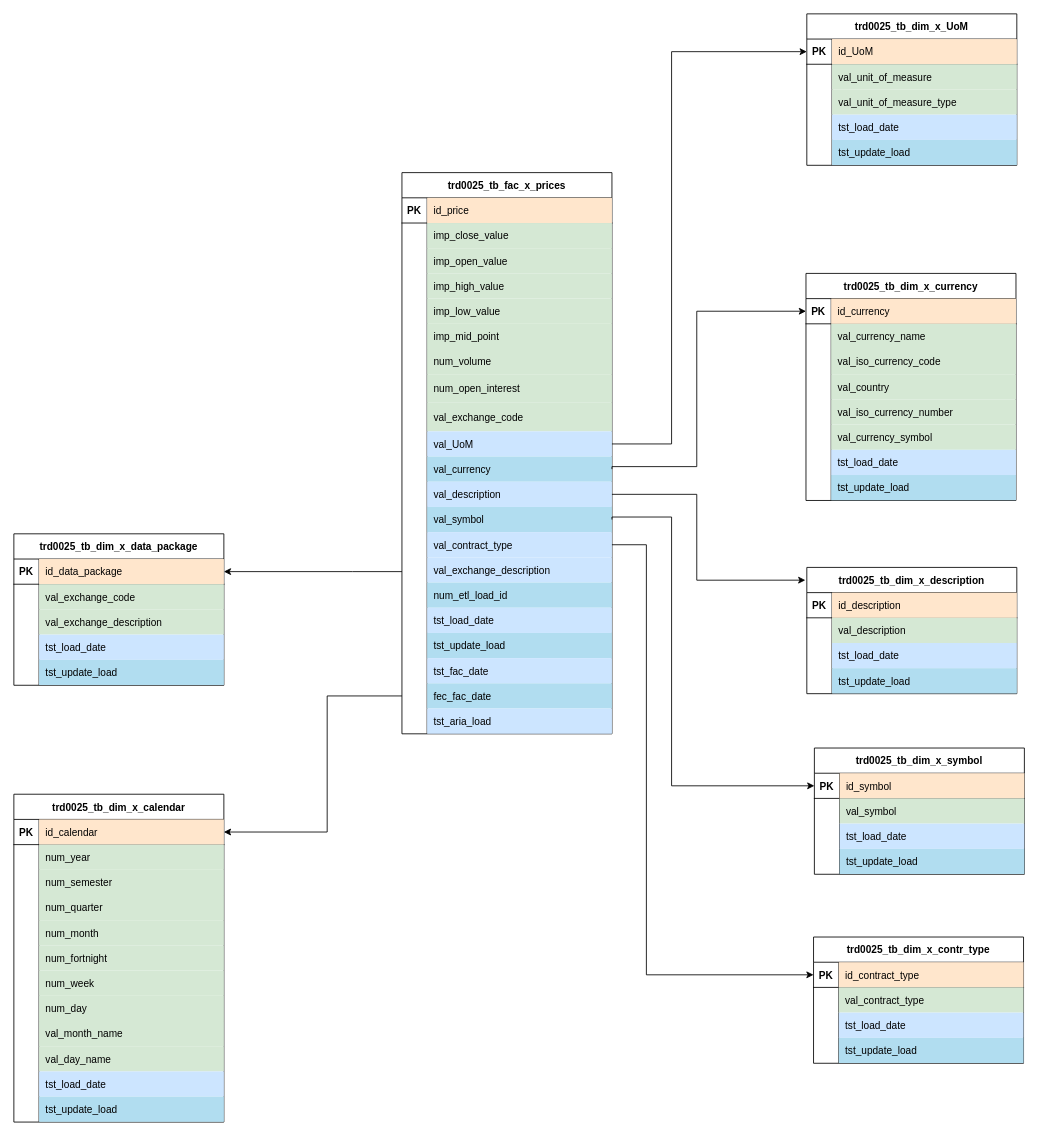
robertoOlmedo/TDDPublic keeps this draw.io diagram as ModeloDatosMiniPoc.drawio. Above is the earlier version. Source tidied: cells renumbered, new cells numbered last; positions are measured from the earlier drawing's top-left corner, leaving out a move shared by most shapes. Both pictures are drawn from the tidied source at 84%, with x=0, y=0 at pixel (13, 13).
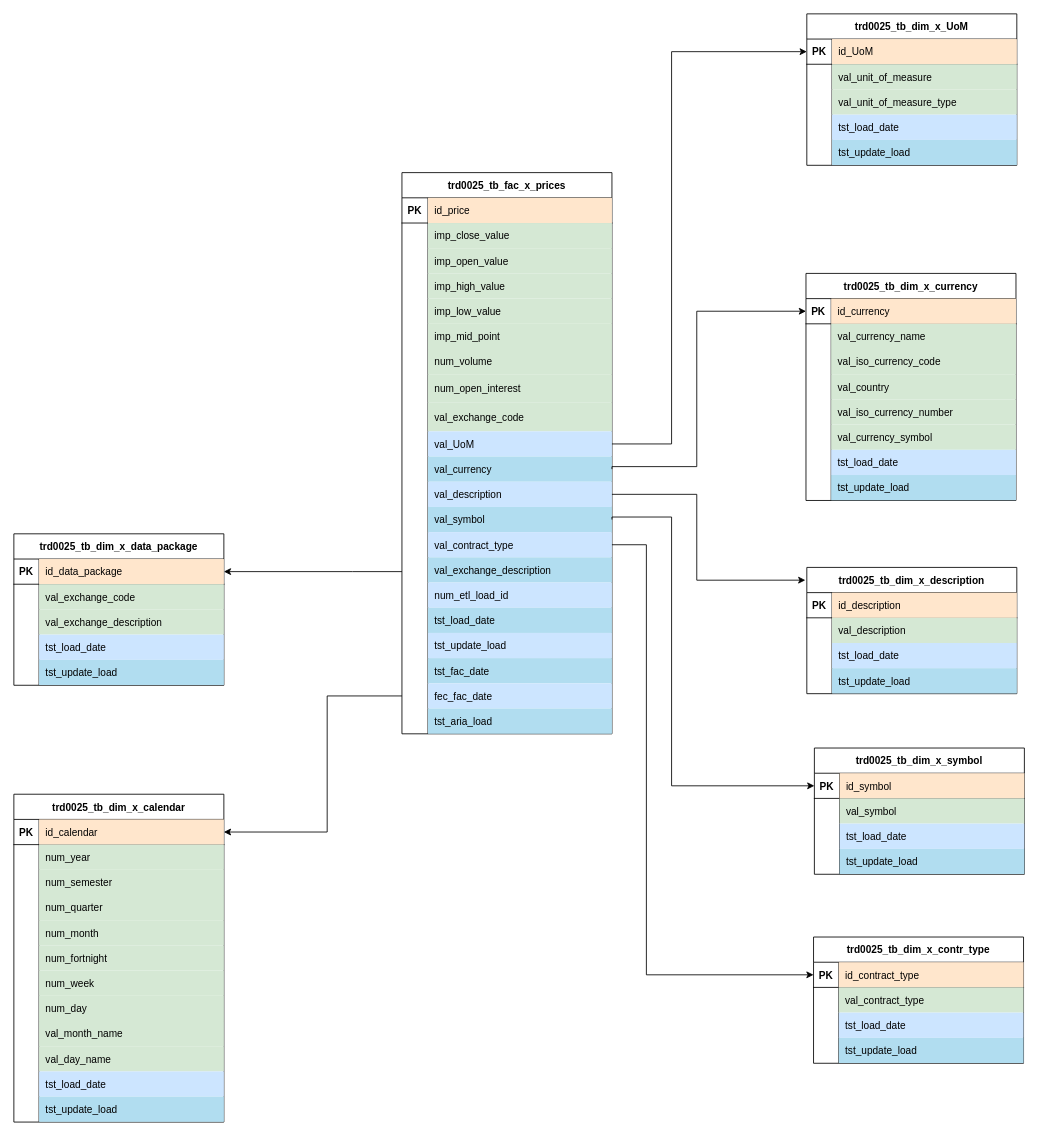
The same diagram, later.

Commit message:
Cambiados los colorinchis por el tocapelotas de Carlos

The change refers to these unchanged cells:
```xml
<mxCell id="3" style="shape=partialRectangle;fillColor=none;top=0;left=0;right=0;bottom=1;rounded=0;" parent="2" vertex="1">
  <mxGeometry y="30" width="250" height="30" as="geometry" />
</mxCell>
<mxCell id="6" style="shape=partialRectangle;fillColor=none;top=0;left=0;right=0;bottom=0;rounded=0;" parent="2" vertex="1">
  <mxGeometry y="60" width="250" height="30" as="geometry" />
</mxCell>
<mxCell id="9" style="shape=partialRectangle;fillColor=none;top=0;left=0;right=0;bottom=0;rounded=0;" parent="2" vertex="1">
  <mxGeometry y="90" width="250" height="30" as="geometry" />
</mxCell>
<mxCell id="12" style="shape=partialRectangle;fillColor=none;top=0;left=0;right=0;bottom=0;rounded=0;" parent="2" vertex="1">
  <mxGeometry y="120" width="250" height="30" as="geometry" />
</mxCell>
<mxCell id="15" style="shape=partialRectangle;fillColor=none;top=0;left=0;right=0;bottom=0;rounded=0;" parent="2" vertex="1">
  <mxGeometry y="150" width="250" height="30" as="geometry" />
</mxCell>
<mxCell id="18" style="shape=partialRectangle;fillColor=none;top=0;left=0;right=0;bottom=0;rounded=0;" parent="2" vertex="1">
  <mxGeometry y="180" width="250" height="30" as="geometry" />
</mxCell>
<mxCell id="21" style="shape=partialRectangle;fillColor=none;top=0;left=0;right=0;bottom=0;rounded=0;" parent="2" vertex="1">
  <mxGeometry y="210" width="250" height="30" as="geometry" />
</mxCell>
<mxCell id="24" style="shape=partialRectangle;fillColor=none;top=0;left=0;right=0;bottom=0;rounded=0;" parent="2" vertex="1">
  <mxGeometry y="240" width="250" height="34" as="geometry" />
</mxCell>
<mxCell id="27" style="shape=partialRectangle;fillColor=none;top=0;left=0;right=0;bottom=0;rounded=0;" parent="2" vertex="1">
  <mxGeometry y="274" width="250" height="34" as="geometry" />
</mxCell>
<mxCell id="30" style="shape=partialRectangle;fillColor=none;points=[[0,0.5],[1,0.5]];portConstraint=eastwest;top=0;left=0;right=0;bottom=0;rounded=0;" parent="2" vertex="1">
  <mxGeometry y="308" width="250" height="30" as="geometry" />
</mxCell>
<mxCell id="33" style="shape=partialRectangle;fillColor=none;points=[[0,0.5],[1,0.5]];portConstraint=eastwest;top=0;left=0;right=0;bottom=0;rounded=0;" parent="2" vertex="1">
  <mxGeometry y="338" width="250" height="30" as="geometry" />
</mxCell>
<mxCell id="36" style="shape=partialRectangle;fillColor=none;points=[[0,0.5],[1,0.5]];portConstraint=eastwest;top=0;left=0;right=0;bottom=0;rounded=0;" parent="2" vertex="1">
  <mxGeometry y="368" width="250" height="30" as="geometry" />
</mxCell>
<mxCell id="39" style="shape=partialRectangle;fillColor=none;points=[[0,0.5],[1,0.5]];portConstraint=eastwest;top=0;left=0;right=0;bottom=0;rounded=0;" parent="2" vertex="1">
  <mxGeometry y="398" width="250" height="30" as="geometry" />
</mxCell>
<mxCell id="42" style="shape=partialRectangle;fillColor=none;points=[[0,0.5],[1,0.5]];portConstraint=eastwest;top=0;left=0;right=0;bottom=0;rounded=0;" parent="2" vertex="1">
  <mxGeometry y="428" width="250" height="30" as="geometry" />
</mxCell>
<mxCell id="45" style="shape=partialRectangle;fillColor=none;points=[[0,0.5],[1,0.5]];portConstraint=eastwest;top=0;left=0;right=0;bottom=0;rounded=0;" parent="2" vertex="1">
  <mxGeometry y="458" width="250" height="30" as="geometry" />
</mxCell>
<mxCell id="48" style="shape=partialRectangle;fillColor=none;top=0;left=0;right=0;bottom=0;rounded=0;" parent="2" vertex="1">
  <mxGeometry y="488" width="250" height="30" as="geometry" />
</mxCell>
<mxCell id="51" style="shape=partialRectangle;fillColor=none;top=0;left=0;right=0;bottom=0;rounded=0;" parent="2" vertex="1">
  <mxGeometry y="518" width="250" height="30" as="geometry" />
</mxCell>
<mxCell id="54" style="shape=partialRectangle;fillColor=none;top=0;left=0;right=0;bottom=0;rounded=0;" parent="2" vertex="1">
  <mxGeometry y="548" width="250" height="30" as="geometry" />
</mxCell>
<mxCell id="57" style="shape=partialRectangle;fillColor=none;top=0;left=0;right=0;bottom=0;rounded=0;" parent="2" vertex="1">
  <mxGeometry y="578" width="250" height="30" as="geometry" />
</mxCell>
<mxCell id="60" style="shape=partialRectangle;fillColor=none;points=[[0,0.5],[1,0.5]];portConstraint=eastwest;top=0;left=0;right=0;bottom=0;rounded=0;" parent="2" vertex="1">
  <mxGeometry y="608" width="250" height="30" as="geometry" />
</mxCell>
<mxCell id="63" style="shape=partialRectangle;fillColor=none;top=0;left=0;right=0;bottom=0;rounded=0;" parent="2" vertex="1">
  <mxGeometry y="638" width="250" height="30" as="geometry" />
</mxCell>
```

Diff of the diagram source:
```diff
@@
     <mxCell id="4" value="PK" style="shape=partialRectangle;overflow=hidden;fillColor=none;top=0;left=0;bottom=0;right=0;fontStyle=1;rounded=0;" parent="3" vertex="1">
-      <mxGeometry width="30" height="30" as="geometry" />
+      <mxGeometry width="31" height="30" as="geometry" />
     </mxCell>
     <mxCell id="5" value="id_price" style="shape=partialRectangle;overflow=hidden;fillColor=#ffe6cc;top=0;left=0;bottom=0;right=0;align=left;spacingLeft=6;fontStyle=0;strokeColor=#d79b00;rounded=0;" parent="3" vertex="1">
-      <mxGeometry x="30" width="220" height="30" as="geometry" />
+      <mxGeometry x="31" width="219" height="30" as="geometry" />
     </mxCell>
@@
     <mxCell id="7" style="shape=partialRectangle;overflow=hidden;fillColor=none;top=0;left=0;bottom=0;right=0;rounded=0;" parent="6" vertex="1">
-      <mxGeometry width="30" height="30" as="geometry" />
+      <mxGeometry width="31" height="30" as="geometry" />
     </mxCell>
     <mxCell id="8" value="imp_close_value" style="shape=partialRectangle;overflow=hidden;fillColor=#d5e8d4;top=0;left=0;bottom=0;right=0;align=left;spacingLeft=6;strokeColor=#82b366;perimeterSpacing=1;rounded=0;" parent="6" vertex="1">
-      <mxGeometry x="30" width="220" height="30" as="geometry" />
+      <mxGeometry x="31" width="219" height="30" as="geometry" />
     </mxCell>
@@
     <mxCell id="10" style="shape=partialRectangle;overflow=hidden;fillColor=none;top=0;left=0;bottom=0;right=0;rounded=0;" parent="9" vertex="1">
-      <mxGeometry width="30" height="30" as="geometry" />
+      <mxGeometry width="31" height="30" as="geometry" />
     </mxCell>
     <mxCell id="11" value="imp_open_value" style="shape=partialRectangle;overflow=hidden;fillColor=#d5e8d4;top=0;left=0;bottom=0;right=0;align=left;spacingLeft=6;strokeColor=#82b366;perimeterSpacing=1;rounded=0;" parent="9" vertex="1">
-      <mxGeometry x="30" width="220" height="30" as="geometry" />
+      <mxGeometry x="31" width="219" height="30" as="geometry" />
     </mxCell>
@@
     <mxCell id="13" style="shape=partialRectangle;overflow=hidden;fillColor=none;top=0;left=0;bottom=0;right=0;rounded=0;" parent="12" vertex="1">
-      <mxGeometry width="30" height="30" as="geometry" />
+      <mxGeometry width="31" height="30" as="geometry" />
     </mxCell>
     <mxCell id="14" value="imp_high_value" style="shape=partialRectangle;overflow=hidden;fillColor=#d5e8d4;top=0;left=0;bottom=0;right=0;align=left;spacingLeft=6;strokeColor=#82b366;perimeterSpacing=1;rounded=0;" parent="12" vertex="1">
-      <mxGeometry x="30" width="220" height="30" as="geometry" />
+      <mxGeometry x="31" width="219" height="30" as="geometry" />
     </mxCell>
@@
     <mxCell id="16" style="shape=partialRectangle;overflow=hidden;fillColor=none;top=0;left=0;bottom=0;right=0;rounded=0;" parent="15" vertex="1">
-      <mxGeometry width="30" height="30" as="geometry" />
+      <mxGeometry width="31" height="30" as="geometry" />
     </mxCell>
     <mxCell id="17" value="imp_low_value" style="shape=partialRectangle;overflow=hidden;fillColor=#d5e8d4;top=0;left=0;bottom=0;right=0;align=left;spacingLeft=6;strokeColor=#82b366;perimeterSpacing=1;rounded=0;" parent="15" vertex="1">
-      <mxGeometry x="30" width="220" height="30" as="geometry" />
+      <mxGeometry x="31" width="219" height="30" as="geometry" />
     </mxCell>
@@
     <mxCell id="19" style="shape=partialRectangle;overflow=hidden;fillColor=none;top=0;left=0;bottom=0;right=0;rounded=0;" parent="18" vertex="1">
-      <mxGeometry width="30" height="30" as="geometry" />
+      <mxGeometry width="31" height="30" as="geometry" />
     </mxCell>
     <mxCell id="20" value="imp_mid_point" style="shape=partialRectangle;overflow=hidden;fillColor=#D5E8D4;top=0;left=0;bottom=0;right=0;align=left;spacingLeft=6;strokeColor=#10739e;perimeterSpacing=1;rounded=0;" parent="18" vertex="1">
-      <mxGeometry x="30" width="220" height="30" as="geometry" />
+      <mxGeometry x="31" width="219" height="30" as="geometry" />
     </mxCell>
@@
     <mxCell id="22" style="shape=partialRectangle;overflow=hidden;fillColor=none;top=0;left=0;bottom=0;right=0;rounded=0;" parent="21" vertex="1">
-      <mxGeometry width="30" height="30" as="geometry" />
+      <mxGeometry width="31" height="30" as="geometry" />
     </mxCell>
     <mxCell id="23" value="num_volume" style="shape=partialRectangle;overflow=hidden;fillColor=#D5E8D4;top=0;left=0;bottom=0;right=0;align=left;spacingLeft=6;strokeColor=#10739e;perimeterSpacing=1;rounded=0;" parent="21" vertex="1">
-      <mxGeometry x="30" width="220" height="30" as="geometry" />
+      <mxGeometry x="31" width="219" height="30" as="geometry" />
     </mxCell>
@@
     <mxCell id="25" style="shape=partialRectangle;overflow=hidden;fillColor=none;top=0;left=0;bottom=0;right=0;rounded=0;" parent="24" vertex="1">
-      <mxGeometry width="30" height="34" as="geometry" />
+      <mxGeometry width="31" height="34" as="geometry" />
     </mxCell>
     <mxCell id="26" value="num_open_interest" style="shape=partialRectangle;overflow=hidden;fillColor=#D5E8D4;top=0;left=0;bottom=0;right=0;align=left;spacingLeft=6;strokeColor=#10739e;perimeterSpacing=1;rounded=0;" parent="24" vertex="1">
-      <mxGeometry x="30" width="220" height="34" as="geometry" />
+      <mxGeometry x="31" width="219" height="34" as="geometry" />
     </mxCell>
@@
     <mxCell id="28" style="shape=partialRectangle;overflow=hidden;fillColor=none;top=0;left=0;bottom=0;right=0;rounded=0;" parent="27" vertex="1">
-      <mxGeometry width="30" height="34" as="geometry" />
+      <mxGeometry width="31" height="34" as="geometry" />
     </mxCell>
     <mxCell id="29" value="val_exchange_code" style="shape=partialRectangle;overflow=hidden;fillColor=#D5E8D4;top=0;left=0;bottom=0;right=0;align=left;spacingLeft=6;strokeColor=#10739e;perimeterSpacing=1;rounded=0;" parent="27" vertex="1">
-      <mxGeometry x="30" width="220" height="34" as="geometry" />
+      <mxGeometry x="31" width="219" height="34" as="geometry" />
     </mxCell>
@@
     <mxCell id="31" style="shape=partialRectangle;overflow=hidden;fillColor=none;top=0;left=0;bottom=0;right=0;rounded=0;" parent="30" vertex="1">
-      <mxGeometry width="30" height="30" as="geometry" />
+      <mxGeometry width="31" height="30" as="geometry" />
     </mxCell>
     <mxCell id="32" value="val_UoM" style="shape=partialRectangle;overflow=hidden;fillColor=#cce5ff;top=0;left=0;bottom=0;right=0;align=left;spacingLeft=6;strokeColor=#36393d;perimeterSpacing=8;strokeWidth=10;rounded=0;" parent="30" vertex="1">
-      <mxGeometry x="30" width="220" height="30" as="geometry" />
+      <mxGeometry x="31" width="219" height="30" as="geometry" />
     </mxCell>
@@
     <mxCell id="34" style="shape=partialRectangle;overflow=hidden;fillColor=none;top=0;left=0;bottom=0;right=0;rounded=0;" parent="33" vertex="1">
-      <mxGeometry width="30" height="30" as="geometry" />
+      <mxGeometry width="31" height="30" as="geometry" />
     </mxCell>
     <mxCell id="35" value="val_currency" style="shape=partialRectangle;overflow=hidden;fillColor=#b1ddf0;top=0;left=0;bottom=0;right=0;align=left;spacingLeft=6;strokeColor=#10739e;perimeterSpacing=1;rounded=0;" parent="33" vertex="1">
-      <mxGeometry x="30" width="220" height="30" as="geometry" />
+      <mxGeometry x="31" width="219" height="30" as="geometry" />
     </mxCell>
@@
     <mxCell id="37" style="shape=partialRectangle;overflow=hidden;fillColor=none;top=0;left=0;bottom=0;right=0;rounded=0;" parent="36" vertex="1">
-      <mxGeometry width="30" height="30" as="geometry" />
+      <mxGeometry width="31" height="30" as="geometry" />
     </mxCell>
     <mxCell id="38" value="val_description" style="shape=partialRectangle;overflow=hidden;fillColor=#CCE5FF;top=0;left=0;bottom=0;right=0;align=left;spacingLeft=6;strokeColor=#36393d;perimeterSpacing=1;rounded=0;" parent="36" vertex="1">
-      <mxGeometry x="30" width="220" height="30" as="geometry" />
+      <mxGeometry x="31" width="219" height="30" as="geometry" />
     </mxCell>
@@
     <mxCell id="40" style="shape=partialRectangle;overflow=hidden;fillColor=none;top=0;left=0;bottom=0;right=0;rounded=0;" parent="39" vertex="1">
-      <mxGeometry width="30" height="30" as="geometry" />
+      <mxGeometry width="31" height="30" as="geometry" />
     </mxCell>
     <mxCell id="41" value="val_symbol" style="shape=partialRectangle;overflow=hidden;fillColor=#b1ddf0;top=0;left=0;bottom=0;right=0;align=left;spacingLeft=6;strokeColor=#10739e;perimeterSpacing=1;rounded=0;" parent="39" vertex="1">
-      <mxGeometry x="30" width="220" height="30" as="geometry" />
+      <mxGeometry x="31" width="219" height="30" as="geometry" />
     </mxCell>
@@
     <mxCell id="43" style="shape=partialRectangle;overflow=hidden;fillColor=none;top=0;left=0;bottom=0;right=0;rounded=0;" parent="42" vertex="1">
-      <mxGeometry width="30" height="30" as="geometry" />
+      <mxGeometry width="31" height="30" as="geometry" />
     </mxCell>
     <mxCell id="44" value="val_contract_type" style="shape=partialRectangle;overflow=hidden;fillColor=#CCE5FF;top=0;left=0;bottom=0;right=0;align=left;spacingLeft=6;strokeColor=#000000;perimeterSpacing=1;rounded=0;strokeWidth=1;gradientColor=none;" parent="42" vertex="1">
-      <mxGeometry x="30" width="220" height="30" as="geometry" />
+      <mxGeometry x="31" width="219" height="30" as="geometry" />
     </mxCell>
@@
     <mxCell id="46" style="shape=partialRectangle;overflow=hidden;fillColor=none;top=0;left=0;bottom=0;right=0;rounded=0;" parent="45" vertex="1">
-      <mxGeometry width="30" height="30" as="geometry" />
+      <mxGeometry width="31" height="30" as="geometry" />
     </mxCell>
-    <mxCell id="47" value="val_exchange_description" style="shape=partialRectangle;overflow=hidden;fillColor=#CCE5FF;top=0;left=0;bottom=0;right=0;align=left;spacingLeft=6;strokeColor=#000000;perimeterSpacing=1;rounded=0;strokeWidth=1;gradientColor=none;" parent="45" vertex="1">
-      <mxGeometry x="30" width="220" height="30" as="geometry" />
+    <mxCell id="47" value="val_exchange_description" style="shape=partialRectangle;overflow=hidden;fillColor=#B1DDF0;top=0;left=0;bottom=0;right=0;align=left;spacingLeft=6;strokeColor=#000000;perimeterSpacing=1;rounded=0;strokeWidth=1;gradientColor=none;" parent="45" vertex="1">
+      <mxGeometry x="31" width="219" height="30" as="geometry" />
     </mxCell>
@@
     <mxCell id="49" style="shape=partialRectangle;overflow=hidden;fillColor=none;top=0;left=0;bottom=0;right=0;rounded=0;" parent="48" vertex="1">
-      <mxGeometry width="30" height="30" as="geometry" />
+      <mxGeometry width="31" height="30" as="geometry" />
     </mxCell>
-    <mxCell id="50" value="num_etl_load_id" style="shape=partialRectangle;overflow=hidden;fillColor=#B1DDF0;top=0;left=0;bottom=0;right=0;align=left;spacingLeft=6;strokeColor=#36393d;perimeterSpacing=1;rounded=0;" parent="48" vertex="1">
-      <mxGeometry x="30" width="220" height="30" as="geometry" />
+    <mxCell id="50" value="num_etl_load_id" style="shape=partialRectangle;overflow=hidden;fillColor=#CCE5FF;top=0;left=0;bottom=0;right=0;align=left;spacingLeft=6;strokeColor=#36393d;perimeterSpacing=1;rounded=0;" parent="48" vertex="1">
+      <mxGeometry x="31" width="219" height="30" as="geometry" />
     </mxCell>
@@
     <mxCell id="52" style="shape=partialRectangle;overflow=hidden;fillColor=none;top=0;left=0;bottom=0;right=0;rounded=0;" parent="51" vertex="1">
-      <mxGeometry width="30" height="30" as="geometry" />
+      <mxGeometry width="31" height="30" as="geometry" />
     </mxCell>
-    <mxCell id="53" value="tst_load_date" style="shape=partialRectangle;overflow=hidden;fillColor=#CCE5FF;top=0;left=0;bottom=0;right=0;align=left;spacingLeft=6;strokeColor=#10739e;perimeterSpacing=1;rounded=0;" parent="51" vertex="1">
-      <mxGeometry x="30" width="220" height="30" as="geometry" />
+    <mxCell id="53" value="tst_load_date" style="shape=partialRectangle;overflow=hidden;fillColor=#B1DDF0;top=0;left=0;bottom=0;right=0;align=left;spacingLeft=6;strokeColor=#10739e;perimeterSpacing=1;rounded=0;" parent="51" vertex="1">
+      <mxGeometry x="31" width="219" height="30" as="geometry" />
     </mxCell>
@@
     <mxCell id="55" style="shape=partialRectangle;overflow=hidden;fillColor=none;top=0;left=0;bottom=0;right=0;rounded=0;" parent="54" vertex="1">
-      <mxGeometry width="30" height="30" as="geometry" />
+      <mxGeometry width="31" height="30" as="geometry" />
     </mxCell>
-    <mxCell id="56" value="tst_update_load" style="shape=partialRectangle;overflow=hidden;fillColor=#B1DDF0;top=0;left=0;bottom=0;right=0;align=left;spacingLeft=6;strokeColor=#36393d;perimeterSpacing=1;rounded=0;" parent="54" vertex="1">
-      <mxGeometry x="30" width="220" height="30" as="geometry" />
+    <mxCell id="56" value="tst_update_load" style="shape=partialRectangle;overflow=hidden;fillColor=#CCE5FF;top=0;left=0;bottom=0;right=0;align=left;spacingLeft=6;strokeColor=#36393d;perimeterSpacing=1;rounded=0;" parent="54" vertex="1">
+      <mxGeometry x="31" width="219" height="30" as="geometry" />
     </mxCell>
@@
     <mxCell id="58" style="shape=partialRectangle;overflow=hidden;fillColor=none;top=0;left=0;bottom=0;right=0;rounded=0;" parent="57" vertex="1">
-      <mxGeometry width="30" height="30" as="geometry" />
+      <mxGeometry width="31" height="30" as="geometry" />
     </mxCell>
-    <mxCell id="59" value="tst_fac_date" style="shape=partialRectangle;overflow=hidden;fillColor=#CCE5FF;top=0;left=0;bottom=0;right=0;align=left;spacingLeft=6;strokeColor=#10739e;perimeterSpacing=1;rounded=0;" parent="57" vertex="1">
-      <mxGeometry x="30" width="220" height="30" as="geometry" />
+    <mxCell id="59" value="tst_fac_date" style="shape=partialRectangle;overflow=hidden;fillColor=#B1DDF0;top=0;left=0;bottom=0;right=0;align=left;spacingLeft=6;strokeColor=#10739e;perimeterSpacing=1;rounded=0;" parent="57" vertex="1">
+      <mxGeometry x="31" width="219" height="30" as="geometry" />
     </mxCell>
@@
     <mxCell id="61" style="shape=partialRectangle;overflow=hidden;fillColor=none;top=0;left=0;bottom=0;right=0;rounded=0;" parent="60" vertex="1">
-      <mxGeometry width="30" height="30" as="geometry" />
+      <mxGeometry width="31" height="30" as="geometry" />
     </mxCell>
-    <mxCell id="62" value="fec_fac_date" style="shape=partialRectangle;overflow=hidden;fillColor=#B1DDF0;top=0;left=0;bottom=0;right=0;align=left;spacingLeft=6;strokeColor=#36393d;perimeterSpacing=1;rounded=0;" parent="60" vertex="1">
-      <mxGeometry x="30" width="220" height="30" as="geometry" />
+    <mxCell id="62" value="fec_fac_date" style="shape=partialRectangle;overflow=hidden;fillColor=#CCE5FF;top=0;left=0;bottom=0;right=0;align=left;spacingLeft=6;strokeColor=#36393d;perimeterSpacing=1;rounded=0;" parent="60" vertex="1">
+      <mxGeometry x="31" width="219" height="30" as="geometry" />
     </mxCell>
@@
     <mxCell id="64" style="shape=partialRectangle;overflow=hidden;fillColor=none;top=0;left=0;bottom=0;right=0;rounded=0;" parent="63" vertex="1">
-      <mxGeometry width="30" height="30" as="geometry" />
+      <mxGeometry width="31" height="30" as="geometry" />
     </mxCell>
-    <mxCell id="65" value="tst_aria_load" style="shape=partialRectangle;overflow=hidden;fillColor=#CCE5FF;top=0;left=0;bottom=0;right=0;align=left;spacingLeft=6;strokeColor=#000000;perimeterSpacing=1;rounded=0;strokeWidth=1;gradientColor=none;" parent="63" vertex="1">
-      <mxGeometry x="30" width="220" height="30" as="geometry" />
+    <mxCell id="65" value="tst_aria_load" style="shape=partialRectangle;overflow=hidden;fillColor=#B1DDF0;top=0;left=0;bottom=0;right=0;align=left;spacingLeft=6;strokeColor=#000000;perimeterSpacing=1;rounded=0;strokeWidth=1;gradientColor=none;" parent="63" vertex="1">
+      <mxGeometry x="31" width="219" height="30" as="geometry" />
     </mxCell>
```
